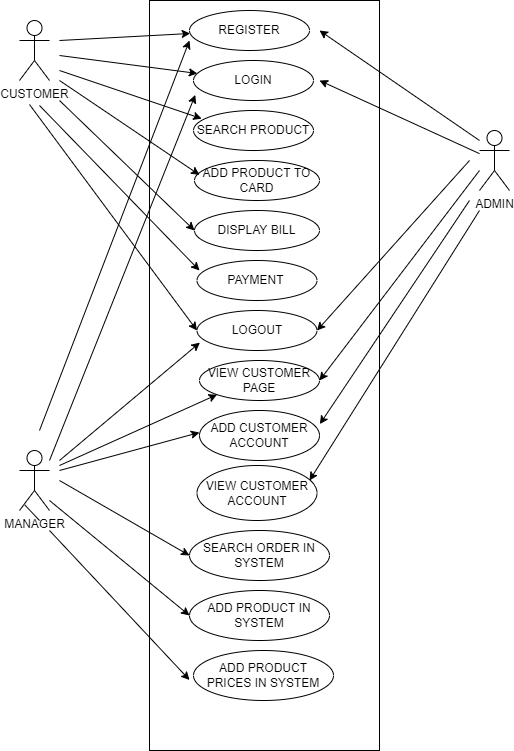
Above: DAY-10/QUESTION-2/USE CASE DIAGRAM.drawio.png in sneha-2000/ust-prograd-training (draw.io), before the change. Source tidied: cells renumbered, new cells last; positions are measured from the earlier drawing's top-left corner, leaving out a move shared by most shapes. Its diagram source:
```xml
<mxGraphModel>
  <root>
    <mxCell id="0" />
    <mxCell id="1" parent="0" />
    <mxCell id="2" style="rounded=0;whiteSpace=wrap;html=1;" parent="1" vertex="1">
      <mxGeometry x="130" width="230" height="750" as="geometry" />
    </mxCell>
    <mxCell id="3" value="REGISTER" style="ellipse;whiteSpace=wrap;html=1;" parent="1" vertex="1">
      <mxGeometry x="170" y="10" width="120" height="40" as="geometry" />
    </mxCell>
    <mxCell id="4" value="LOGIN" style="ellipse;whiteSpace=wrap;html=1;" parent="1" vertex="1">
      <mxGeometry x="174" y="60" width="120" height="40" as="geometry" />
    </mxCell>
    <mxCell id="5" value="SEARCH PRODUCT" style="ellipse;whiteSpace=wrap;html=1;" parent="1" vertex="1">
      <mxGeometry x="174" y="110" width="120" height="40" as="geometry" />
    </mxCell>
    <mxCell id="6" value="ADD PRODUCT TO&lt;br&gt;CARD" style="ellipse;whiteSpace=wrap;html=1;" parent="1" vertex="1">
      <mxGeometry x="175" y="160" width="125" height="40" as="geometry" />
    </mxCell>
    <mxCell id="7" value="DISPLAY BILL" style="ellipse;whiteSpace=wrap;html=1;" parent="1" vertex="1">
      <mxGeometry x="175" y="210" width="125" height="40" as="geometry" />
    </mxCell>
    <mxCell id="8" value="LOGOUT" style="ellipse;whiteSpace=wrap;html=1;" parent="1" vertex="1">
      <mxGeometry x="177.5" y="310" width="120" height="40" as="geometry" />
    </mxCell>
    <mxCell id="9" value="PAYMENT&amp;nbsp;" style="ellipse;whiteSpace=wrap;html=1;" parent="1" vertex="1">
      <mxGeometry x="177.5" y="260" width="120" height="40" as="geometry" />
    </mxCell>
    <mxCell id="10" value="CUSTOMER" style="shape=umlActor;verticalLabelPosition=bottom;verticalAlign=top;html=1;" parent="1" vertex="1">
      <mxGeometry y="20" width="30" height="60" as="geometry" />
    </mxCell>
    <mxCell id="11" style="endArrow=classic;html=1;rounded=0;" parent="1" edge="1" target="3">
      <mxGeometry relative="1" as="geometry">
        <mxPoint x="40" y="40" as="sourcePoint" />
      </mxGeometry>
    </mxCell>
    <mxCell id="12" style="endArrow=classic;html=1;rounded=0;" parent="1" edge="1" target="4">
      <mxGeometry relative="1" as="geometry">
        <mxPoint x="40" y="55" as="sourcePoint" />
      </mxGeometry>
    </mxCell>
    <mxCell id="13" style="endArrow=classic;html=1;rounded=0;entryX=0.068;entryY=0.203;entryDx=0;entryDy=0;entryPerimeter=0;" parent="1" edge="1" target="5">
      <mxGeometry relative="1" as="geometry">
        <mxPoint x="40" y="70" as="sourcePoint" />
      </mxGeometry>
    </mxCell>
    <mxCell id="14" style="endArrow=classic;html=1;rounded=0;entryX=0.04;entryY=0.36;entryDx=0;entryDy=0;entryPerimeter=0;" parent="1" edge="1" target="6">
      <mxGeometry relative="1" as="geometry">
        <mxPoint x="40" y="80" as="sourcePoint" />
      </mxGeometry>
    </mxCell>
    <mxCell id="15" style="endArrow=classic;html=1;rounded=0;" parent="1" edge="1">
      <mxGeometry relative="1" as="geometry">
        <mxPoint x="20" y="105" as="sourcePoint" />
        <mxPoint x="180" y="270" as="targetPoint" />
        <Array as="points">
          <mxPoint x="180" y="270" />
        </Array>
      </mxGeometry>
    </mxCell>
    <mxCell id="16" style="endArrow=classic;html=1;rounded=0;entryX=0;entryY=0.5;entryDx=0;entryDy=0;" parent="1" edge="1" target="7">
      <mxGeometry relative="1" as="geometry">
        <mxPoint x="40" y="100" as="sourcePoint" />
      </mxGeometry>
    </mxCell>
    <mxCell id="17" style="endArrow=classic;html=1;rounded=0;entryX=0;entryY=0.5;entryDx=0;entryDy=0;" parent="1" edge="1" target="8">
      <mxGeometry relative="1" as="geometry">
        <mxPoint x="10" y="104" as="sourcePoint" />
      </mxGeometry>
    </mxCell>
    <mxCell id="18" value="ADMIN" style="shape=umlActor;verticalLabelPosition=bottom;verticalAlign=top;html=1;outlineConnect=0;" parent="1" vertex="1">
      <mxGeometry x="460" y="130" width="30" height="60" as="geometry" />
    </mxCell>
    <mxCell id="19" style="endArrow=classic;html=1;rounded=0;" parent="1" edge="1" source="18">
      <mxGeometry relative="1" as="geometry">
        <mxPoint x="300" y="80" as="targetPoint" />
        <Array as="points">
          <mxPoint x="300" y="80" />
        </Array>
      </mxGeometry>
    </mxCell>
    <mxCell id="20" value="VIEW CUSTOMER&lt;br&gt;PAGE" style="ellipse;whiteSpace=wrap;html=1;" parent="1" vertex="1">
      <mxGeometry x="180" y="360" width="120" height="40" as="geometry" />
    </mxCell>
    <mxCell id="21" style="edgeStyle=orthogonalEdgeStyle;rounded=0;orthogonalLoop=1;jettySize=auto;html=1;exitX=0.5;exitY=1;exitDx=0;exitDy=0;" parent="1" edge="1" source="20" target="20">
      <mxGeometry relative="1" as="geometry" />
    </mxCell>
    <mxCell id="22" style="endArrow=classic;html=1;rounded=0;entryX=1;entryY=0.5;entryDx=0;entryDy=0;" parent="1" edge="1" target="20">
      <mxGeometry relative="1" as="geometry">
        <mxPoint x="460" y="170" as="sourcePoint" />
      </mxGeometry>
    </mxCell>
    <mxCell id="23" value="ADD CUSTOMER&lt;br&gt;ACCOUNT" style="ellipse;whiteSpace=wrap;html=1;" parent="1" vertex="1">
      <mxGeometry x="180" y="410" width="120" height="50" as="geometry" />
    </mxCell>
    <mxCell id="24" value="VIEW CUSTOMER&lt;br&gt;ACCOUNT" style="ellipse;whiteSpace=wrap;html=1;" parent="1" vertex="1">
      <mxGeometry x="177.5" y="465" width="120" height="55" as="geometry" />
    </mxCell>
    <mxCell id="25" style="endArrow=classic;html=1;rounded=0;" parent="1" edge="1">
      <mxGeometry relative="1" as="geometry">
        <mxPoint x="460" y="210" as="sourcePoint" />
        <mxPoint x="290" y="480" as="targetPoint" />
      </mxGeometry>
    </mxCell>
    <mxCell id="26" style="endArrow=classic;html=1;rounded=0;entryX=1.003;entryY=0.272;entryDx=0;entryDy=0;entryPerimeter=0;" parent="1" edge="1" target="23">
      <mxGeometry relative="1" as="geometry">
        <mxPoint x="450" y="200" as="sourcePoint" />
      </mxGeometry>
    </mxCell>
    <mxCell id="27" value="SEARCH ORDER IN&lt;br&gt;SYSTEM" style="ellipse;whiteSpace=wrap;html=1;" parent="1" vertex="1">
      <mxGeometry x="170" y="530" width="140" height="50" as="geometry" />
    </mxCell>
    <mxCell id="28" value="ADD PRODUCT IN&lt;br&gt;SYSTEM" style="ellipse;whiteSpace=wrap;html=1;" parent="1" vertex="1">
      <mxGeometry x="170" y="590" width="140" height="50" as="geometry" />
    </mxCell>
    <mxCell id="29" value="ADD PRODUCT&lt;br&gt;PRICES IN SYSTEM" style="ellipse;whiteSpace=wrap;html=1;" parent="1" vertex="1">
      <mxGeometry x="174" y="650" width="140" height="50" as="geometry" />
    </mxCell>
    <mxCell id="30" style="endArrow=classic;html=1;rounded=0;entryX=0;entryY=0.5;entryDx=0;entryDy=0;" parent="1" edge="1" target="27">
      <mxGeometry relative="1" as="geometry">
        <mxPoint x="40" y="480" as="sourcePoint" />
      </mxGeometry>
    </mxCell>
    <mxCell id="31" style="endArrow=classic;html=1;rounded=0;entryX=0;entryY=0.5;entryDx=0;entryDy=0;" parent="1" edge="1" target="28">
      <mxGeometry relative="1" as="geometry">
        <mxPoint x="30" y="500" as="sourcePoint" />
      </mxGeometry>
    </mxCell>
    <mxCell id="32" style="endArrow=classic;html=1;rounded=0;entryX=0.174;entryY=0.906;entryDx=0;entryDy=0;entryPerimeter=0;startArrow=none;" parent="1" edge="1" target="2">
      <mxGeometry relative="1" as="geometry">
        <mxPoint x="30" y="530" as="sourcePoint" />
      </mxGeometry>
    </mxCell>
    <mxCell id="33" style="endArrow=classic;html=1;rounded=0;entryX=0.024;entryY=0.802;entryDx=0;entryDy=0;entryPerimeter=0;" parent="1" edge="1" target="8">
      <mxGeometry relative="1" as="geometry">
        <mxPoint x="40" y="460" as="sourcePoint" />
        <Array as="points">
          <mxPoint x="40" y="460" />
        </Array>
      </mxGeometry>
    </mxCell>
    <mxCell id="34" style="endArrow=classic;html=1;rounded=0;entryX=1;entryY=0.5;entryDx=0;entryDy=0;" parent="1" edge="1" target="8">
      <mxGeometry relative="1" as="geometry">
        <mxPoint x="450" y="160" as="sourcePoint" />
      </mxGeometry>
    </mxCell>
    <mxCell id="35" style="endArrow=classic;html=1;rounded=0;entryX=0.015;entryY=0.86;entryDx=0;entryDy=0;entryPerimeter=0;" parent="1" edge="1" target="4">
      <mxGeometry relative="1" as="geometry">
        <mxPoint x="30" y="460" as="sourcePoint" />
      </mxGeometry>
    </mxCell>
    <mxCell id="36" value="MANAGER" style="shape=umlActor;verticalLabelPosition=bottom;verticalAlign=top;html=1;outlineConnect=0;" parent="1" vertex="1">
      <mxGeometry y="450" width="30" height="60" as="geometry" />
    </mxCell>
    <mxCell id="37" style="endArrow=none;html=1;rounded=0;entryX=0.174;entryY=0.906;entryDx=0;entryDy=0;entryPerimeter=0;" parent="1" edge="1" target="36">
      <mxGeometry relative="1" as="geometry">
        <mxPoint x="20" y="520" as="sourcePoint" />
      </mxGeometry>
    </mxCell>
    <mxCell id="38" style="endArrow=classic;html=1;rounded=0;entryX=0.217;entryY=0.576;entryDx=0;entryDy=0;entryPerimeter=0;" parent="1" edge="1" target="2">
      <mxGeometry relative="1" as="geometry">
        <mxPoint x="40" y="470" as="sourcePoint" />
      </mxGeometry>
    </mxCell>
    <mxCell id="39" style="endArrow=classic;html=1;rounded=0;entryX=0.739;entryY=0.04;entryDx=0;entryDy=0;entryPerimeter=0;" parent="1" edge="1" target="2">
      <mxGeometry relative="1" as="geometry">
        <mxPoint x="460" y="140" as="sourcePoint" />
      </mxGeometry>
    </mxCell>
    <mxCell id="40" style="endArrow=classic;html=1;rounded=0;" parent="1" edge="1">
      <mxGeometry relative="1" as="geometry">
        <mxPoint x="20" y="430" as="sourcePoint" />
        <mxPoint x="170" y="40" as="targetPoint" />
      </mxGeometry>
    </mxCell>
    <mxCell id="41" style="endArrow=classic;html=1;rounded=0;entryX=0;entryY=1;entryDx=0;entryDy=0;" parent="1" edge="1" target="20">
      <mxGeometry relative="1" as="geometry">
        <mxPoint x="40" y="465" as="sourcePoint" />
      </mxGeometry>
    </mxCell>
  </root>
</mxGraphModel>
```
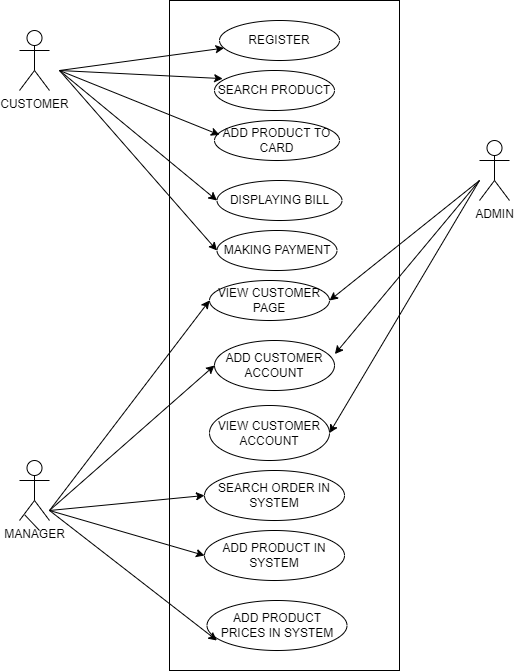
The same diagram one commit later.

What changed in the source:
```diff
@@ -3,84 +3,51 @@
     <mxCell id="0" />
     <mxCell id="1" parent="0" />
     <mxCell id="2" style="rounded=0;whiteSpace=wrap;html=1;" parent="1" vertex="1">
-      <mxGeometry x="130" width="230" height="750" as="geometry" />
+      <mxGeometry x="150" y="-10" width="230" height="670" as="geometry" />
     </mxCell>
     <mxCell id="3" value="REGISTER" style="ellipse;whiteSpace=wrap;html=1;" parent="1" vertex="1">
-      <mxGeometry x="170" y="10" width="120" height="40" as="geometry" />
+      <mxGeometry x="200" y="10" width="120" height="40" as="geometry" />
     </mxCell>
-    <mxCell id="4" value="LOGIN" style="ellipse;whiteSpace=wrap;html=1;" parent="1" vertex="1">
-      <mxGeometry x="174" y="60" width="120" height="40" as="geometry" />
-    </mxCell>
     <mxCell id="5" value="SEARCH PRODUCT" style="ellipse;whiteSpace=wrap;html=1;" parent="1" vertex="1">
-      <mxGeometry x="174" y="110" width="120" height="40" as="geometry" />
+      <mxGeometry x="195" y="60" width="120" height="40" as="geometry" />
     </mxCell>
     <mxCell id="6" value="ADD PRODUCT TO&lt;br&gt;CARD" style="ellipse;whiteSpace=wrap;html=1;" parent="1" vertex="1">
-      <mxGeometry x="175" y="160" width="125" height="40" as="geometry" />
+      <mxGeometry x="195" y="110" width="125" height="40" as="geometry" />
     </mxCell>
-    <mxCell id="7" value="DISPLAY BILL" style="ellipse;whiteSpace=wrap;html=1;" parent="1" vertex="1">
-      <mxGeometry x="175" y="210" width="125" height="40" as="geometry" />
+    <mxCell id="7" value="DISPLAYING BILL" style="ellipse;whiteSpace=wrap;html=1;" parent="1" vertex="1">
+      <mxGeometry x="197.5" y="170" width="125" height="40" as="geometry" />
     </mxCell>
-    <mxCell id="8" value="LOGOUT" style="ellipse;whiteSpace=wrap;html=1;" parent="1" vertex="1">
-      <mxGeometry x="177.5" y="310" width="120" height="40" as="geometry" />
-    </mxCell>
-    <mxCell id="9" value="PAYMENT&amp;nbsp;" style="ellipse;whiteSpace=wrap;html=1;" parent="1" vertex="1">
-      <mxGeometry x="177.5" y="260" width="120" height="40" as="geometry" />
+    <mxCell id="9" value="&amp;nbsp;MAKING PAYMENT&amp;nbsp;" style="ellipse;whiteSpace=wrap;html=1;" parent="1" vertex="1">
+      <mxGeometry x="197.5" y="220" width="120" height="40" as="geometry" />
     </mxCell>
     <mxCell id="10" value="CUSTOMER" style="shape=umlActor;verticalLabelPosition=bottom;verticalAlign=top;html=1;" parent="1" vertex="1">
       <mxGeometry y="20" width="30" height="60" as="geometry" />
     </mxCell>
     <mxCell id="11" style="endArrow=classic;html=1;rounded=0;" parent="1" edge="1" target="3">
       <mxGeometry relative="1" as="geometry">
-        <mxPoint x="40" y="40" as="sourcePoint" />
+        <mxPoint x="40" y="60" as="sourcePoint" />
       </mxGeometry>
     </mxCell>
-    <mxCell id="12" style="endArrow=classic;html=1;rounded=0;" parent="1" edge="1" target="4">
-      <mxGeometry relative="1" as="geometry">
-        <mxPoint x="40" y="55" as="sourcePoint" />
-      </mxGeometry>
-    </mxCell>
     <mxCell id="13" style="endArrow=classic;html=1;rounded=0;entryX=0.068;entryY=0.203;entryDx=0;entryDy=0;entryPerimeter=0;" parent="1" edge="1" target="5">
       <mxGeometry relative="1" as="geometry">
-        <mxPoint x="40" y="70" as="sourcePoint" />
+        <mxPoint x="40" y="60" as="sourcePoint" />
       </mxGeometry>
     </mxCell>
     <mxCell id="14" style="endArrow=classic;html=1;rounded=0;entryX=0.04;entryY=0.36;entryDx=0;entryDy=0;entryPerimeter=0;" parent="1" edge="1" target="6">
       <mxGeometry relative="1" as="geometry">
-        <mxPoint x="40" y="80" as="sourcePoint" />
+        <mxPoint x="40" y="60" as="sourcePoint" />
       </mxGeometry>
     </mxCell>
-    <mxCell id="15" style="endArrow=classic;html=1;rounded=0;" parent="1" edge="1">
-      <mxGeometry relative="1" as="geometry">
-        <mxPoint x="20" y="105" as="sourcePoint" />
-        <mxPoint x="180" y="270" as="targetPoint" />
-        <Array as="points">
-          <mxPoint x="180" y="270" />
-        </Array>
-      </mxGeometry>
-    </mxCell>
     <mxCell id="16" style="endArrow=classic;html=1;rounded=0;entryX=0;entryY=0.5;entryDx=0;entryDy=0;" parent="1" edge="1" target="7">
       <mxGeometry relative="1" as="geometry">
-        <mxPoint x="40" y="100" as="sourcePoint" />
+        <mxPoint x="40" y="60" as="sourcePoint" />
       </mxGeometry>
     </mxCell>
-    <mxCell id="17" style="endArrow=classic;html=1;rounded=0;entryX=0;entryY=0.5;entryDx=0;entryDy=0;" parent="1" edge="1" target="8">
-      <mxGeometry relative="1" as="geometry">
-        <mxPoint x="10" y="104" as="sourcePoint" />
-      </mxGeometry>
-    </mxCell>
     <mxCell id="18" value="ADMIN" style="shape=umlActor;verticalLabelPosition=bottom;verticalAlign=top;html=1;outlineConnect=0;" parent="1" vertex="1">
       <mxGeometry x="460" y="130" width="30" height="60" as="geometry" />
     </mxCell>
-    <mxCell id="19" style="endArrow=classic;html=1;rounded=0;" parent="1" edge="1" source="18">
-      <mxGeometry relative="1" as="geometry">
-        <mxPoint x="300" y="80" as="targetPoint" />
-        <Array as="points">
-          <mxPoint x="300" y="80" />
-        </Array>
-      </mxGeometry>
-    </mxCell>
     <mxCell id="20" value="VIEW CUSTOMER&lt;br&gt;PAGE" style="ellipse;whiteSpace=wrap;html=1;" parent="1" vertex="1">
-      <mxGeometry x="180" y="360" width="120" height="40" as="geometry" />
+      <mxGeometry x="190" y="270" width="120" height="40" as="geometry" />
     </mxCell>
     <mxCell id="21" style="edgeStyle=orthogonalEdgeStyle;rounded=0;orthogonalLoop=1;jettySize=auto;html=1;exitX=0.5;exitY=1;exitDx=0;exitDy=0;" parent="1" edge="1" source="20" target="20">
       <mxGeometry relative="1" as="geometry" />
@@ -91,34 +58,33 @@
       </mxGeometry>
     </mxCell>
     <mxCell id="23" value="ADD CUSTOMER&lt;br&gt;ACCOUNT" style="ellipse;whiteSpace=wrap;html=1;" parent="1" vertex="1">
-      <mxGeometry x="180" y="410" width="120" height="50" as="geometry" />
+      <mxGeometry x="195" y="330" width="120" height="50" as="geometry" />
     </mxCell>
     <mxCell id="24" value="VIEW CUSTOMER&lt;br&gt;ACCOUNT" style="ellipse;whiteSpace=wrap;html=1;" parent="1" vertex="1">
-      <mxGeometry x="177.5" y="465" width="120" height="55" as="geometry" />
+      <mxGeometry x="190" y="395" width="120" height="55" as="geometry" />
     </mxCell>
-    <mxCell id="25" style="endArrow=classic;html=1;rounded=0;" parent="1" edge="1">
+    <mxCell id="25" style="endArrow=classic;html=1;rounded=0;entryX=1;entryY=0.5;entryDx=0;entryDy=0;" parent="1" edge="1" target="24">
       <mxGeometry relative="1" as="geometry">
-        <mxPoint x="460" y="210" as="sourcePoint" />
-        <mxPoint x="290" y="480" as="targetPoint" />
+        <mxPoint x="460" y="170" as="sourcePoint" />
       </mxGeometry>
     </mxCell>
     <mxCell id="26" style="endArrow=classic;html=1;rounded=0;entryX=1.003;entryY=0.272;entryDx=0;entryDy=0;entryPerimeter=0;" parent="1" edge="1" target="23">
       <mxGeometry relative="1" as="geometry">
-        <mxPoint x="450" y="200" as="sourcePoint" />
+        <mxPoint x="460" y="170" as="sourcePoint" />
       </mxGeometry>
     </mxCell>
     <mxCell id="27" value="SEARCH ORDER IN&lt;br&gt;SYSTEM" style="ellipse;whiteSpace=wrap;html=1;" parent="1" vertex="1">
-      <mxGeometry x="170" y="530" width="140" height="50" as="geometry" />
+      <mxGeometry x="185" y="460" width="140" height="50" as="geometry" />
     </mxCell>
     <mxCell id="28" value="ADD PRODUCT IN&lt;br&gt;SYSTEM" style="ellipse;whiteSpace=wrap;html=1;" parent="1" vertex="1">
-      <mxGeometry x="170" y="590" width="140" height="50" as="geometry" />
+      <mxGeometry x="185" y="520" width="140" height="50" as="geometry" />
     </mxCell>
     <mxCell id="29" value="ADD PRODUCT&lt;br&gt;PRICES IN SYSTEM" style="ellipse;whiteSpace=wrap;html=1;" parent="1" vertex="1">
-      <mxGeometry x="174" y="650" width="140" height="50" as="geometry" />
+      <mxGeometry x="187.5" y="590" width="140" height="50" as="geometry" />
     </mxCell>
     <mxCell id="30" style="endArrow=classic;html=1;rounded=0;entryX=0;entryY=0.5;entryDx=0;entryDy=0;" parent="1" edge="1" target="27">
       <mxGeometry relative="1" as="geometry">
-        <mxPoint x="40" y="480" as="sourcePoint" />
+        <mxPoint x="30" y="500" as="sourcePoint" />
       </mxGeometry>
     </mxCell>
     <mxCell id="31" style="endArrow=classic;html=1;rounded=0;entryX=0;entryY=0.5;entryDx=0;entryDy=0;" parent="1" edge="1" target="28">
@@ -126,29 +92,11 @@
         <mxPoint x="30" y="500" as="sourcePoint" />
       </mxGeometry>
     </mxCell>
-    <mxCell id="32" style="endArrow=classic;html=1;rounded=0;entryX=0.174;entryY=0.906;entryDx=0;entryDy=0;entryPerimeter=0;startArrow=none;" parent="1" edge="1" target="2">
+    <mxCell id="32" style="endArrow=classic;html=1;rounded=0;entryX=0.071;entryY=0.8;entryDx=0;entryDy=0;entryPerimeter=0;startArrow=none;" parent="1" edge="1" target="29">
       <mxGeometry relative="1" as="geometry">
-        <mxPoint x="30" y="530" as="sourcePoint" />
+        <mxPoint x="30" y="500" as="sourcePoint" />
       </mxGeometry>
     </mxCell>
-    <mxCell id="33" style="endArrow=classic;html=1;rounded=0;entryX=0.024;entryY=0.802;entryDx=0;entryDy=0;entryPerimeter=0;" parent="1" edge="1" target="8">
-      <mxGeometry relative="1" as="geometry">
-        <mxPoint x="40" y="460" as="sourcePoint" />
-        <Array as="points">
-          <mxPoint x="40" y="460" />
-        </Array>
-      </mxGeometry>
-    </mxCell>
-    <mxCell id="34" style="endArrow=classic;html=1;rounded=0;entryX=1;entryY=0.5;entryDx=0;entryDy=0;" parent="1" edge="1" target="8">
-      <mxGeometry relative="1" as="geometry">
-        <mxPoint x="450" y="160" as="sourcePoint" />
-      </mxGeometry>
-    </mxCell>
-    <mxCell id="35" style="endArrow=classic;html=1;rounded=0;entryX=0.015;entryY=0.86;entryDx=0;entryDy=0;entryPerimeter=0;" parent="1" edge="1" target="4">
-      <mxGeometry relative="1" as="geometry">
-        <mxPoint x="30" y="460" as="sourcePoint" />
-      </mxGeometry>
-    </mxCell>
     <mxCell id="36" value="MANAGER" style="shape=umlActor;verticalLabelPosition=bottom;verticalAlign=top;html=1;outlineConnect=0;" parent="1" vertex="1">
       <mxGeometry y="450" width="30" height="60" as="geometry" />
     </mxCell>
@@ -157,26 +105,20 @@
         <mxPoint x="20" y="520" as="sourcePoint" />
       </mxGeometry>
     </mxCell>
-    <mxCell id="38" style="endArrow=classic;html=1;rounded=0;entryX=0.217;entryY=0.576;entryDx=0;entryDy=0;entryPerimeter=0;" parent="1" edge="1" target="2">
+    <mxCell id="38" style="endArrow=classic;html=1;rounded=0;entryX=0;entryY=0.5;entryDx=0;entryDy=0;" parent="1" edge="1" target="23">
       <mxGeometry relative="1" as="geometry">
-        <mxPoint x="40" y="470" as="sourcePoint" />
+        <mxPoint x="30" y="500" as="sourcePoint" />
       </mxGeometry>
     </mxCell>
-    <mxCell id="39" style="endArrow=classic;html=1;rounded=0;entryX=0.739;entryY=0.04;entryDx=0;entryDy=0;entryPerimeter=0;" parent="1" edge="1" target="2">
-      <mxGeometry relative="1" as="geometry">
-        <mxPoint x="460" y="140" as="sourcePoint" />
-      </mxGeometry>
-    </mxCell>
-    <mxCell id="40" style="endArrow=classic;html=1;rounded=0;" parent="1" edge="1">
-      <mxGeometry relative="1" as="geometry">
-        <mxPoint x="20" y="430" as="sourcePoint" />
-        <mxPoint x="170" y="40" as="targetPoint" />
-      </mxGeometry>
-    </mxCell>
-    <mxCell id="41" style="endArrow=classic;html=1;rounded=0;entryX=0;entryY=1;entryDx=0;entryDy=0;" parent="1" edge="1" target="20">
+    <mxCell id="41" style="endArrow=classic;html=1;rounded=0;entryX=0;entryY=0.5;entryDx=0;entryDy=0;" parent="1" edge="1" target="20">
       <mxGeometry relative="1" as="geometry">
-        <mxPoint x="40" y="465" as="sourcePoint" />
+        <mxPoint x="30" y="500" as="sourcePoint" />
       </mxGeometry>
     </mxCell>
+    <mxCell id="42" style="endArrow=classic;html=1;rounded=0;entryX=0;entryY=0.5;entryDx=0;entryDy=0;" parent="1" edge="1" target="9">
+      <mxGeometry relative="1" as="geometry">
+        <mxPoint x="40" y="60" as="sourcePoint" />
+      </mxGeometry>
+    </mxCell>
   </root>
 </mxGraphModel>
```
